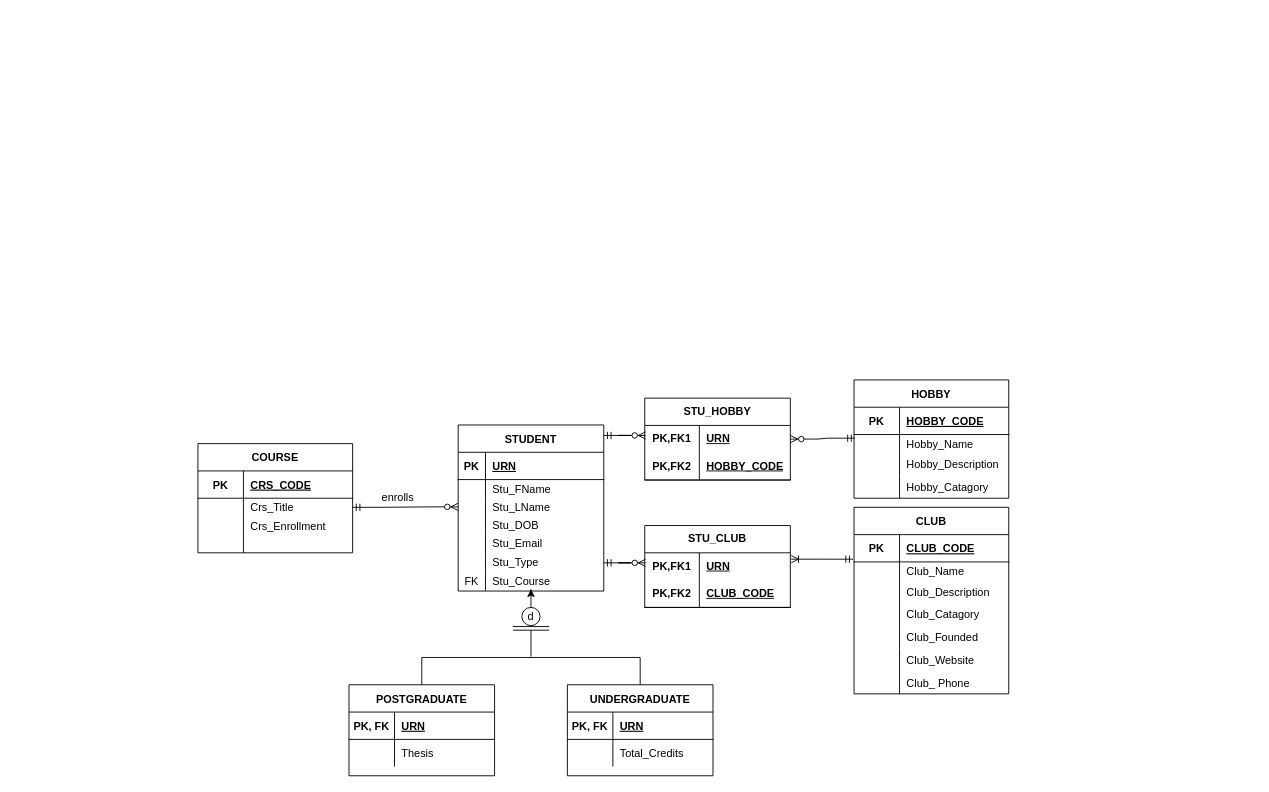
Earlier version of the draw.io diagram coursework-EERD.drawio (Fin-JNINJA/webdatabasechristmas). Source tidied: cells renumbered, new cells numbered last; positions are measured from the earlier drawing's top-left corner, leaving out a move shared by most shapes. Both pictures are drawn from the tidied source at 91%, with x=0, y=0 at pixel (197, 379).
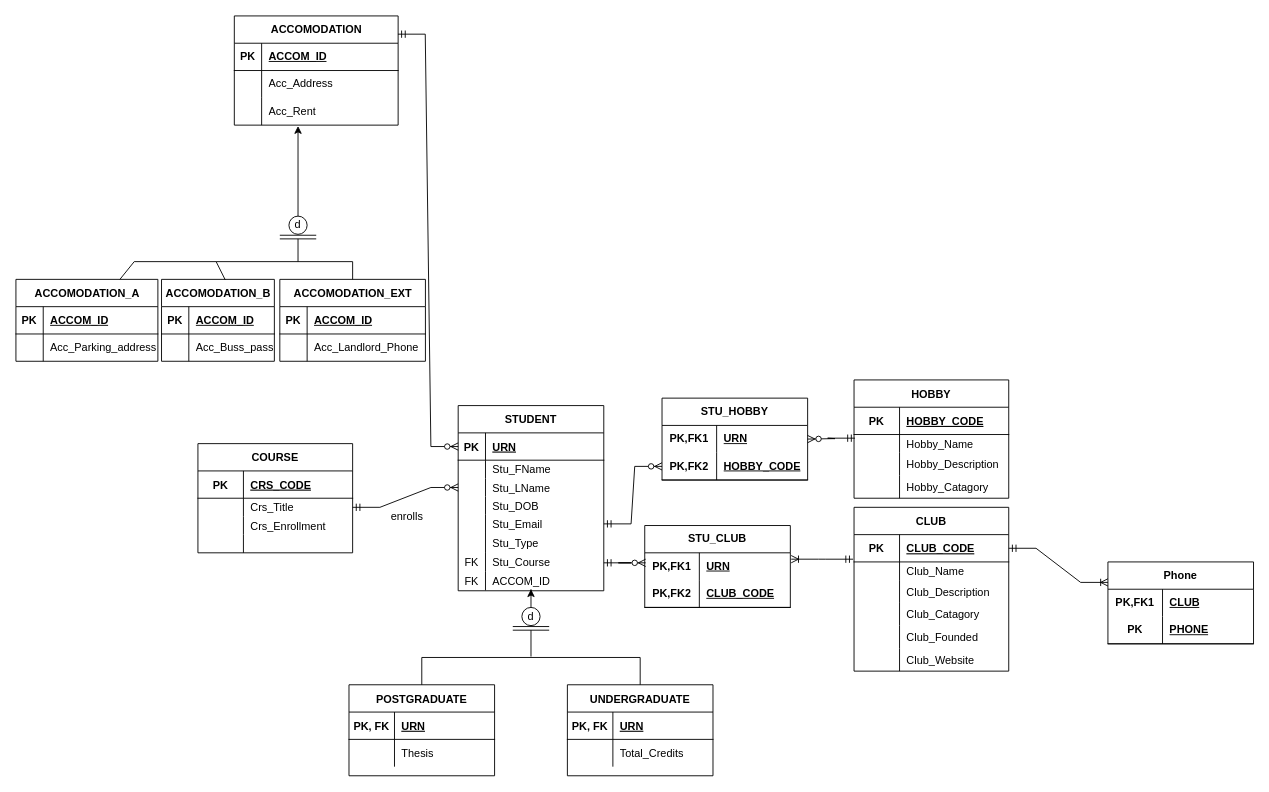
The same diagram, later.

The change refers to these unchanged cells:
```xml
<mxCell id="4" style="shape=partialRectangle;fillColor=none;points=[[0,0.5],[1,0.5]];portConstraint=eastwest;top=0;left=0;right=0;bottom=1;" parent="3" vertex="1">
  <mxGeometry y="30" width="160" height="30" as="geometry" />
</mxCell>
<mxCell id="16" style="shape=partialRectangle;fillColor=none;points=[[0,0.5],[1,0.5]];portConstraint=eastwest;top=0;left=0;right=0;bottom=0;" parent="3" vertex="1">
  <mxGeometry y="120" width="160" height="20" as="geometry" />
</mxCell>
<mxCell id="83" style="shape=tableRow;horizontal=0;startSize=0;swimlaneHead=0;swimlaneBody=0;fillColor=none;points=[[0,0.5],[1,0.5]];portConstraint=eastwest;top=0;left=0;right=0;bottom=1;html=1;" parent="79" vertex="1">
  <mxGeometry y="60" width="160" height="30" as="geometry" />
</mxCell>
<mxCell id="88" style="shape=partialRectangle;fillColor=none;points=[[0,0.5],[1,0.5]];portConstraint=eastwest;top=0;left=0;right=0;bottom=1;" parent="87" vertex="1">
  <mxGeometry y="30" width="170" height="30" as="geometry" />
</mxCell>
```

Diff of the diagram source:
```diff
@@
     <mxCell id="3" value="STUDENT" style="shape=table;startSize=30;childLayout=tableLayout;rowLines=0;fontStyle=1;align=center;" parent="1" vertex="1">
-      <mxGeometry x="286" y="49.5" width="160" height="182.5" as="geometry" />
+      <mxGeometry x="286" y="28.2" width="160" height="203.5" as="geometry" />
     </mxCell>
@@
+    <mxCell id="118" style="shape=partialRectangle;fillColor=none;top=0;left=0;right=0;bottom=0;" parent="3" vertex="1">
+      <mxGeometry y="182" width="160" height="21" as="geometry" />
+    </mxCell>
+    <mxCell id="119" value="FK" style="shape=partialRectangle;overflow=hidden;fillColor=none;top=0;left=0;bottom=0;right=0;" parent="118" vertex="1">
+      <mxGeometry width="30" height="21" as="geometry" />
+    </mxCell>
+    <mxCell id="120" value="ACCOM_ID" style="shape=partialRectangle;overflow=hidden;fillColor=none;top=0;left=0;bottom=0;right=0;align=left;spacingLeft=6;" parent="118" vertex="1">
+      <mxGeometry x="30" width="130" height="21" as="geometry" />
+    </mxCell>
@@
     <mxCell id="62" value="enrolls" style="text;html=1;strokeColor=none;fillColor=none;align=center;verticalAlign=middle;whiteSpace=wrap;rounded=0;" parent="1" vertex="1">
-      <mxGeometry x="200" y="120" width="40" height="20" as="geometry" />
+      <mxGeometry x="210" y="140" width="40" height="20" as="geometry" />
     </mxCell>
@@
-    <mxCell id="78" style="edgeStyle=entityRelationEdgeStyle;fontSize=12;html=1;endArrow=ERzeroToMany;startArrow=ERmandOne;rounded=0;exitX=0.994;exitY=0.075;exitDx=0;exitDy=0;exitPerimeter=0;entryX=0.006;entryY=0.033;entryDx=0;entryDy=0;entryPerimeter=0;" parent="1" edge="1">
-      <mxGeometry relative="1" as="geometry">
-        <mxPoint x="446" y="61" as="sourcePoint" />
-        <mxPoint x="492" y="61" as="targetPoint" />
-      </mxGeometry>
+    <mxCell id="78" style="edgeStyle=entityRelationEdgeStyle;fontSize=12;html=1;endArrow=ERzeroToMany;startArrow=ERmandOne;rounded=0;exitX=1;exitY=0.5;exitDx=0;exitDy=0;entryX=0;entryY=0.5;entryDx=0;entryDy=0;" parent="1" edge="1" source="16" target="83">
+      <mxGeometry relative="1" as="geometry" />
     </mxCell>
     <mxCell id="79" value="STU_HOBBY" style="shape=table;startSize=30;childLayout=tableLayout;rowLines=0;fontStyle=1;align=center;html=1;whiteSpace=wrap;" parent="1" vertex="1">
-      <mxGeometry x="491" y="20" width="160" height="90" as="geometry" />
+      <mxGeometry x="510" y="20" width="160" height="90" as="geometry" />
     </mxCell>
@@
     <mxCell id="87" value="CLUB" style="shape=table;startSize=30;childLayout=tableLayout;rowLines=0;fontStyle=1;align=center;" parent="1" vertex="1">
-      <mxGeometry x="721" y="140" width="170" height="205" as="geometry" />
+      <mxGeometry x="721" y="140" width="170" height="180" as="geometry" />
     </mxCell>
@@
-    <mxCell id="106" style="shape=partialRectangle;fillColor=none;top=0;left=0;right=0;bottom=0;" parent="87" vertex="1">
-      <mxGeometry y="180" width="170" height="25" as="geometry" />
-    </mxCell>
-    <mxCell id="107" style="shape=partialRectangle;overflow=hidden;fillColor=none;top=0;left=0;bottom=0;right=0;" parent="106" vertex="1">
-      <mxGeometry width="50" height="25" as="geometry" />
-    </mxCell>
-    <mxCell id="108" value="Club_ Phone" style="shape=partialRectangle;overflow=hidden;fillColor=none;top=0;left=0;bottom=0;right=0;align=left;spacingLeft=6;" parent="106" vertex="1">
-      <mxGeometry x="50" width="120" height="25" as="geometry" />
-    </mxCell>
@@
+    <mxCell id="121" value="Phone" style="shape=table;startSize=30;childLayout=tableLayout;rowLines=0;fontStyle=1;align=center;html=1;whiteSpace=wrap;" parent="1" vertex="1">
+      <mxGeometry x="1000" y="200" width="160" height="90" as="geometry" />
+    </mxCell>
+    <mxCell id="122" style="shape=tableRow;horizontal=0;startSize=0;swimlaneHead=0;swimlaneBody=0;fillColor=none;top=0;left=0;right=0;bottom=0;html=1;" parent="121" vertex="1">
+      <mxGeometry y="30" width="160" height="30" as="geometry" />
+    </mxCell>
+    <mxCell id="123" value="PK,FK1" style="shape=partialRectangle;fillColor=none;top=0;left=0;bottom=0;right=0;fontStyle=1;overflow=hidden;html=1;whiteSpace=wrap;" parent="122" vertex="1">
+      <mxGeometry width="60" height="30" as="geometry" />
+    </mxCell>
+    <mxCell id="124" value="CLUB" style="shape=partialRectangle;fillColor=none;top=0;left=0;bottom=0;right=0;align=left;spacingLeft=6;fontStyle=5;overflow=hidden;html=1;whiteSpace=wrap;" parent="122" vertex="1">
+      <mxGeometry x="60" width="100" height="30" as="geometry" />
+    </mxCell>
+    <mxCell id="125" style="shape=tableRow;horizontal=0;startSize=0;swimlaneHead=0;swimlaneBody=0;fillColor=none;top=0;left=0;right=0;bottom=1;html=1;" parent="121" vertex="1">
+      <mxGeometry y="60" width="160" height="30" as="geometry" />
+    </mxCell>
+    <mxCell id="126" value="PK" style="shape=partialRectangle;fillColor=none;top=0;left=0;bottom=0;right=0;fontStyle=1;overflow=hidden;html=1;whiteSpace=wrap;" parent="125" vertex="1">
+      <mxGeometry width="60" height="30" as="geometry" />
+    </mxCell>
+    <mxCell id="127" value="PHONE" style="shape=partialRectangle;fillColor=none;top=0;left=0;bottom=0;right=0;align=left;spacingLeft=6;fontStyle=5;overflow=hidden;html=1;whiteSpace=wrap;" parent="125" vertex="1">
+      <mxGeometry x="60" width="100" height="30" as="geometry" />
+    </mxCell>
+    <mxCell id="128" style="edgeStyle=entityRelationEdgeStyle;fontSize=12;html=1;endArrow=ERoneToMany;startArrow=ERmandOne;rounded=0;entryX=0;entryY=0.25;entryDx=0;entryDy=0;exitX=1;exitY=0.5;exitDx=0;exitDy=0;" parent="1" edge="1" source="88" target="121">
+      <mxGeometry relative="1" as="geometry" />
+    </mxCell>
+    <mxCell id="129" value="ACCOMODATION" style="shape=table;startSize=30;childLayout=tableLayout;rowLines=0;fontStyle=1;align=center;html=1;" parent="1" vertex="1">
+      <mxGeometry x="40" y="-400" width="180" height="120" as="geometry" />
+    </mxCell>
+    <mxCell id="130" style="shape=tableRow;horizontal=0;startSize=0;swimlaneHead=0;swimlaneBody=0;fillColor=none;top=0;left=0;right=0;bottom=1;" parent="129" vertex="1">
+      <mxGeometry y="30" width="180" height="30" as="geometry" />
+    </mxCell>
+    <mxCell id="131" value="PK" style="shape=partialRectangle;fillColor=none;top=0;left=0;bottom=0;right=0;fontStyle=1;overflow=hidden;whiteSpace=wrap;html=1;" parent="130" vertex="1">
+      <mxGeometry width="30" height="30" as="geometry" />
+    </mxCell>
+    <mxCell id="132" value="ACCOM_ID" style="shape=partialRectangle;fillColor=none;top=0;left=0;bottom=0;right=0;align=left;spacingLeft=6;fontStyle=5;overflow=hidden;whiteSpace=wrap;html=1;" parent="130" vertex="1">
+      <mxGeometry x="30" width="150" height="30" as="geometry" />
+    </mxCell>
+    <mxCell id="133" style="shape=tableRow;horizontal=0;startSize=0;swimlaneHead=0;swimlaneBody=0;fillColor=none;top=0;left=0;right=0;bottom=0;" parent="129" vertex="1">
+      <mxGeometry y="60" width="180" height="30" as="geometry" />
+    </mxCell>
+    <mxCell id="134" style="shape=partialRectangle;fillColor=none;top=0;left=0;bottom=0;right=0;overflow=hidden;whiteSpace=wrap;html=1;" parent="133" vertex="1">
+      <mxGeometry width="30" height="30" as="geometry" />
+    </mxCell>
+    <mxCell id="135" value="Acc_Address" style="shape=partialRectangle;fillColor=none;top=0;left=0;bottom=0;right=0;align=left;spacingLeft=6;overflow=hidden;whiteSpace=wrap;html=1;" parent="133" vertex="1">
+      <mxGeometry x="30" width="150" height="30" as="geometry" />
+    </mxCell>
+    <mxCell id="136" style="shape=tableRow;horizontal=0;startSize=0;swimlaneHead=0;swimlaneBody=0;fillColor=none;top=0;left=0;right=0;bottom=0;" parent="129" vertex="1">
+      <mxGeometry y="90" width="180" height="30" as="geometry" />
+    </mxCell>
+    <mxCell id="137" style="shape=partialRectangle;fillColor=none;top=0;left=0;bottom=0;right=0;overflow=hidden;whiteSpace=wrap;html=1;" parent="136" vertex="1">
+      <mxGeometry width="30" height="30" as="geometry" />
+    </mxCell>
+    <mxCell id="138" value="Acc_Rent" style="shape=partialRectangle;fillColor=none;top=0;left=0;bottom=0;right=0;align=left;spacingLeft=6;overflow=hidden;whiteSpace=wrap;html=1;" parent="136" vertex="1">
+      <mxGeometry x="30" width="150" height="30" as="geometry" />
+    </mxCell>
+    <mxCell id="139" style="ellipse;whiteSpace=wrap;html=1;" parent="1" vertex="1">
+      <mxGeometry x="100" y="-180" width="20" height="20" as="geometry" />
+    </mxCell>
+    <mxCell id="140" value="d" style="text;html=1;strokeColor=none;fillColor=none;align=center;verticalAlign=middle;whiteSpace=wrap;rounded=0;" parent="1" vertex="1">
+      <mxGeometry x="90" y="-180" width="40" height="20" as="geometry" />
+    </mxCell>
+    <mxCell id="141" style="endArrow=none;html=1;" parent="1" edge="1">
+      <mxGeometry relative="1" as="geometry">
+        <mxPoint x="90" y="-155" as="sourcePoint" />
+        <mxPoint x="130" y="-155" as="targetPoint" />
+      </mxGeometry>
+    </mxCell>
+    <mxCell id="142" style="endArrow=none;html=1;" parent="1" edge="1">
+      <mxGeometry relative="1" as="geometry">
+        <mxPoint x="90" y="-159" as="sourcePoint" />
+        <mxPoint x="130" y="-159" as="targetPoint" />
+      </mxGeometry>
+    </mxCell>
+    <mxCell id="143" style="endArrow=classic;html=1;rounded=0;exitX=0.5;exitY=0;exitDx=0;exitDy=0;" parent="1" edge="1" source="140">
+      <mxGeometry relative="1" as="geometry">
+        <mxPoint x="110" y="-279" as="targetPoint" />
+      </mxGeometry>
+    </mxCell>
+    <mxCell id="144" value="ACCOMODATION_A" style="shape=table;startSize=30;childLayout=tableLayout;rowLines=0;fontStyle=1;align=center;html=1;" parent="1" vertex="1">
+      <mxGeometry x="-200" y="-110.5" width="156" height="90" as="geometry" />
+    </mxCell>
+    <mxCell id="145" style="shape=tableRow;horizontal=0;startSize=0;swimlaneHead=0;swimlaneBody=0;fillColor=none;top=0;left=0;right=0;bottom=1;" parent="144" vertex="1">
+      <mxGeometry y="30" width="156" height="30" as="geometry" />
+    </mxCell>
+    <mxCell id="146" value="PK" style="shape=partialRectangle;fillColor=none;top=0;left=0;bottom=0;right=0;fontStyle=1;overflow=hidden;whiteSpace=wrap;html=1;" parent="145" vertex="1">
+      <mxGeometry width="30" height="30" as="geometry" />
+    </mxCell>
+    <mxCell id="147" value="ACCOM_ID" style="shape=partialRectangle;fillColor=none;top=0;left=0;bottom=0;right=0;align=left;spacingLeft=6;fontStyle=5;overflow=hidden;whiteSpace=wrap;html=1;" parent="145" vertex="1">
+      <mxGeometry x="30" width="126" height="30" as="geometry" />
+    </mxCell>
+    <mxCell id="148" style="shape=tableRow;horizontal=0;startSize=0;swimlaneHead=0;swimlaneBody=0;fillColor=none;top=0;left=0;right=0;bottom=0;" parent="144" vertex="1">
+      <mxGeometry y="60" width="156" height="30" as="geometry" />
+    </mxCell>
+    <mxCell id="149" style="shape=partialRectangle;fillColor=none;top=0;left=0;bottom=0;right=0;overflow=hidden;whiteSpace=wrap;html=1;" parent="148" vertex="1">
+      <mxGeometry width="30" height="30" as="geometry" />
+    </mxCell>
+    <mxCell id="150" value="Acc_Parking_address" style="shape=partialRectangle;fillColor=none;top=0;left=0;bottom=0;right=0;align=left;spacingLeft=6;overflow=hidden;whiteSpace=wrap;html=1;" parent="148" vertex="1">
+      <mxGeometry x="30" width="126" height="30" as="geometry" />
+    </mxCell>
+    <mxCell id="151" value="ACCOMODATION_B" style="shape=table;startSize=30;childLayout=tableLayout;rowLines=0;fontStyle=1;align=center;html=1;" parent="1" vertex="1">
+      <mxGeometry x="-40" y="-110.5" width="124" height="90" as="geometry" />
+    </mxCell>
+    <mxCell id="152" style="shape=tableRow;horizontal=0;startSize=0;swimlaneHead=0;swimlaneBody=0;fillColor=none;top=0;left=0;right=0;bottom=1;" parent="151" vertex="1">
+      <mxGeometry y="30" width="124" height="30" as="geometry" />
+    </mxCell>
+    <mxCell id="153" value="PK" style="shape=partialRectangle;fillColor=none;top=0;left=0;bottom=0;right=0;fontStyle=1;overflow=hidden;whiteSpace=wrap;html=1;" parent="152" vertex="1">
+      <mxGeometry width="30" height="30" as="geometry" />
+    </mxCell>
+    <mxCell id="154" value="ACCOM_ID" style="shape=partialRectangle;fillColor=none;top=0;left=0;bottom=0;right=0;align=left;spacingLeft=6;fontStyle=5;overflow=hidden;whiteSpace=wrap;html=1;" parent="152" vertex="1">
+      <mxGeometry x="30" width="94" height="30" as="geometry" />
+    </mxCell>
+    <mxCell id="155" style="shape=tableRow;horizontal=0;startSize=0;swimlaneHead=0;swimlaneBody=0;fillColor=none;top=0;left=0;right=0;bottom=0;" parent="151" vertex="1">
+      <mxGeometry y="60" width="124" height="30" as="geometry" />
+    </mxCell>
+    <mxCell id="156" style="shape=partialRectangle;fillColor=none;top=0;left=0;bottom=0;right=0;overflow=hidden;whiteSpace=wrap;html=1;" parent="155" vertex="1">
+      <mxGeometry width="30" height="30" as="geometry" />
+    </mxCell>
+    <mxCell id="157" value="Acc_Buss_pass" style="shape=partialRectangle;fillColor=none;top=0;left=0;bottom=0;right=0;align=left;spacingLeft=6;overflow=hidden;whiteSpace=wrap;html=1;" parent="155" vertex="1">
+      <mxGeometry x="30" width="94" height="30" as="geometry" />
+    </mxCell>
+    <mxCell id="158" style="endArrow=none;html=1;rounded=0;" parent="1" edge="1">
+      <mxGeometry relative="1" as="geometry">
+        <mxPoint x="-70" y="-130" as="sourcePoint" />
+        <mxPoint x="20" y="-130" as="targetPoint" />
+      </mxGeometry>
+    </mxCell>
+    <mxCell id="159" style="endArrow=none;html=1;rounded=0;" parent="1" edge="1" source="144">
+      <mxGeometry relative="1" as="geometry">
+        <mxPoint x="-70" y="-130" as="targetPoint" />
+      </mxGeometry>
+    </mxCell>
+    <mxCell id="160" style="endArrow=none;html=1;rounded=0;" parent="1" edge="1">
+      <mxGeometry relative="1" as="geometry">
+        <mxPoint x="30" y="-110" as="sourcePoint" />
+        <mxPoint x="20" y="-130" as="targetPoint" />
+      </mxGeometry>
+    </mxCell>
+    <mxCell id="161" style="endArrow=none;html=1;rounded=0;" parent="1" edge="1">
+      <mxGeometry relative="1" as="geometry">
+        <mxPoint x="110" y="-130" as="sourcePoint" />
+        <mxPoint x="110" y="-155" as="targetPoint" />
+      </mxGeometry>
+    </mxCell>
+    <mxCell id="162" style="edgeStyle=entityRelationEdgeStyle;fontSize=12;html=1;endArrow=ERzeroToMany;startArrow=ERmandOne;rounded=0;exitX=0.999;exitY=0.167;exitDx=0;exitDy=0;exitPerimeter=0;entryX=0;entryY=0.5;entryDx=0;entryDy=0;" parent="1" edge="1" source="129" target="4">
+      <mxGeometry relative="1" as="geometry">
+        <Array as="points">
+          <mxPoint x="460" y="40" />
+        </Array>
+      </mxGeometry>
+    </mxCell>
+    <mxCell id="163" value="ACCOMODATION_EXT" style="shape=table;startSize=30;childLayout=tableLayout;rowLines=0;fontStyle=1;align=center;html=1;" parent="1" vertex="1">
+      <mxGeometry x="90" y="-110.5" width="160" height="90" as="geometry" />
+    </mxCell>
+    <mxCell id="164" style="shape=tableRow;horizontal=0;startSize=0;swimlaneHead=0;swimlaneBody=0;fillColor=none;top=0;left=0;right=0;bottom=1;" parent="163" vertex="1">
+      <mxGeometry y="30" width="160" height="30" as="geometry" />
+    </mxCell>
+    <mxCell id="165" value="PK" style="shape=partialRectangle;fillColor=none;top=0;left=0;bottom=0;right=0;fontStyle=1;overflow=hidden;whiteSpace=wrap;html=1;" parent="164" vertex="1">
+      <mxGeometry width="30" height="30" as="geometry" />
+    </mxCell>
+    <mxCell id="166" value="ACCOM_ID" style="shape=partialRectangle;fillColor=none;top=0;left=0;bottom=0;right=0;align=left;spacingLeft=6;fontStyle=5;overflow=hidden;whiteSpace=wrap;html=1;" parent="164" vertex="1">
+      <mxGeometry x="30" width="130" height="30" as="geometry" />
+    </mxCell>
+    <mxCell id="167" style="shape=tableRow;horizontal=0;startSize=0;swimlaneHead=0;swimlaneBody=0;fillColor=none;top=0;left=0;right=0;bottom=0;" parent="163" vertex="1">
+      <mxGeometry y="60" width="160" height="30" as="geometry" />
+    </mxCell>
+    <mxCell id="168" style="shape=partialRectangle;fillColor=none;top=0;left=0;bottom=0;right=0;overflow=hidden;whiteSpace=wrap;html=1;" parent="167" vertex="1">
+      <mxGeometry width="30" height="30" as="geometry" />
+    </mxCell>
+    <mxCell id="169" value="Acc_Landlord_Phone" style="shape=partialRectangle;fillColor=none;top=0;left=0;bottom=0;right=0;align=left;spacingLeft=6;overflow=hidden;whiteSpace=wrap;html=1;" parent="167" vertex="1">
+      <mxGeometry x="30" width="130" height="30" as="geometry" />
+    </mxCell>
+    <mxCell id="170" style="endArrow=none;html=1;rounded=0;" parent="1" edge="1">
+      <mxGeometry relative="1" as="geometry">
+        <mxPoint x="20" y="-130" as="sourcePoint" />
+        <mxPoint x="170" y="-130" as="targetPoint" />
+      </mxGeometry>
+    </mxCell>
+    <mxCell id="171" style="endArrow=none;html=1;rounded=0;" parent="1" edge="1" source="163">
+      <mxGeometry relative="1" as="geometry">
+        <mxPoint x="170" y="-130" as="targetPoint" />
+      </mxGeometry>
+    </mxCell>
```
